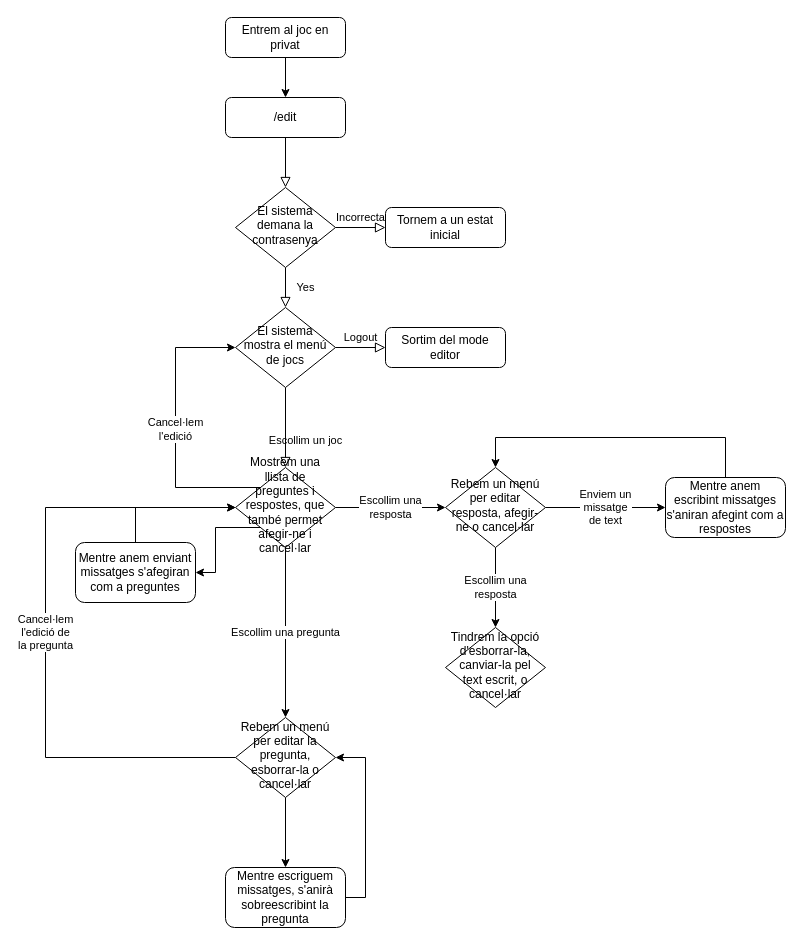
Before: menus.drawio in enboig/jerocatbot, a draw.io diagram. Source tidied: cells renumbered, new cells numbered last; positions are measured from the earlier drawing's top-left corner, leaving out a move shared by most shapes. Both pictures are drawn from the tidied source at 100%, with x=0, y=0 at pixel (45, 17).
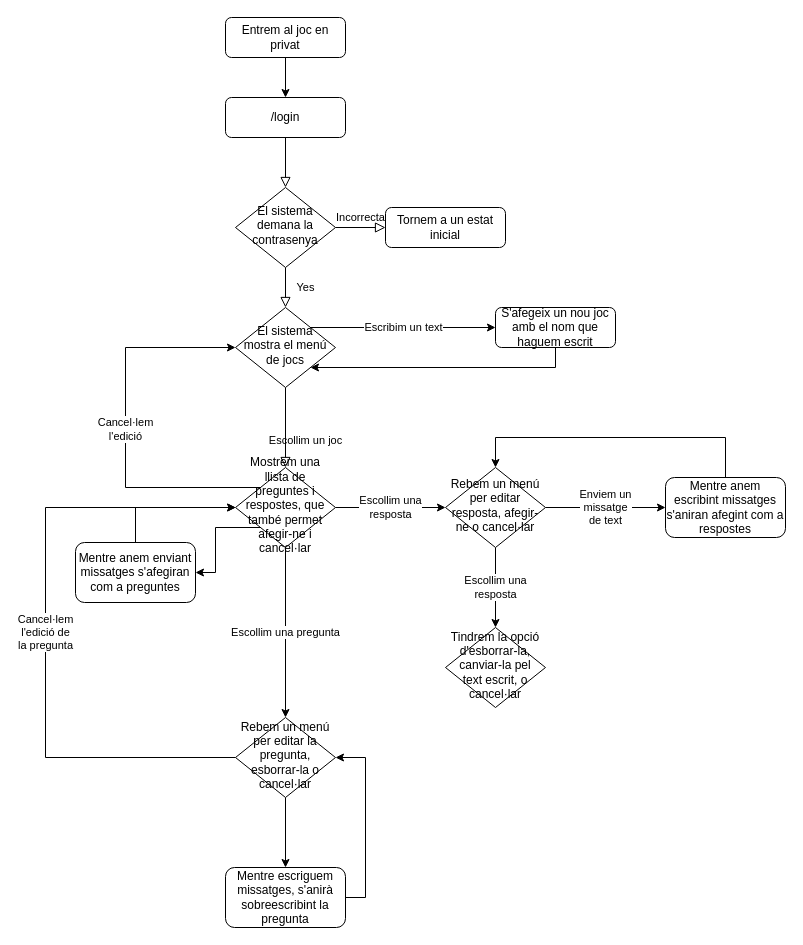
After the change.

Unchanged cells that the change refers to:
```xml
<mxCell id="10" value="El sistema mostra el menú de jocs" style="rhombus;whiteSpace=wrap;html=1;shadow=0;fontFamily=Helvetica;fontSize=12;align=center;strokeWidth=1;spacing=6;spacingTop=-4;" parent="1" vertex="1">
  <mxGeometry x="190" y="290" width="100" height="80" as="geometry" />
</mxCell>
<mxCell id="18" value="Mostrem una llista de preguntes i respostes, que també permet afegir-ne i cancel·lar" style="rhombus;whiteSpace=wrap;html=1;shadow=0;fontFamily=Helvetica;fontSize=12;align=center;strokeWidth=1;spacing=6;spacingTop=-4;" parent="1" vertex="1">
  <mxGeometry x="190" y="450" width="100" height="80" as="geometry" />
</mxCell>
```

What changed in the source:
```diff
@@
-    <mxCell id="3" value="/edit" style="rounded=1;whiteSpace=wrap;html=1;fontSize=12;glass=0;strokeWidth=1;shadow=0;" parent="1" vertex="1">
+    <mxCell id="3" value="/login" style="rounded=1;whiteSpace=wrap;html=1;fontSize=12;glass=0;strokeWidth=1;shadow=0;" parent="1" vertex="1">
       <mxGeometry x="180" y="80" width="120" height="40" as="geometry" />
     </mxCell>
@@
-    <mxCell id="9" value="Logout" style="edgeStyle=orthogonalEdgeStyle;rounded=0;html=1;jettySize=auto;fontSize=11;endArrow=block;endFill=0;endSize=8;strokeWidth=1;shadow=0;labelBackgroundColor=none;" parent="1" edge="1" source="10" target="11">
-      <mxGeometry y="10" relative="1" as="geometry" />
-    </mxCell>
+    <mxCell id="32" value="Escribim un text" style="edgeStyle=orthogonalEdgeStyle;rounded=0;jettySize=auto;html=1;exitX=1;exitY=0;exitDx=0;exitDy=0;entryX=0;entryY=0.5;entryDx=0;entryDy=0;" parent="1" edge="1" source="10" target="34">
+      <mxGeometry relative="1" as="geometry" />
+    </mxCell>
@@
-    <mxCell id="11" value="Sortim del mode editor" style="rounded=1;whiteSpace=wrap;html=1;fontSize=12;glass=0;strokeWidth=1;shadow=0;" parent="1" vertex="1">
-      <mxGeometry x="340" y="310" width="120" height="40" as="geometry" />
-    </mxCell>
@@
     <mxCell id="16" value="Cancel·lem&lt;br&gt;l'edició" style="edgeStyle=orthogonalEdgeStyle;rounded=0;jettySize=auto;html=1;exitX=0;exitY=0;exitDx=0;exitDy=0;entryX=0;entryY=0.5;entryDx=0;entryDy=0;" parent="1" edge="1" source="18" target="10">
       <mxGeometry relative="1" as="geometry">
         <Array as="points">
-          <mxPoint x="130" y="470" />
-          <mxPoint x="130" y="330" />
+          <mxPoint x="80" y="470" />
+          <mxPoint x="80" y="330" />
         </Array>
       </mxGeometry>
     </mxCell>
@@
+    <mxCell id="33" style="edgeStyle=orthogonalEdgeStyle;rounded=0;jettySize=auto;html=1;exitX=0.5;exitY=1;exitDx=0;exitDy=0;entryX=1;entryY=1;entryDx=0;entryDy=0;" parent="1" edge="1" source="34" target="10">
+      <mxGeometry relative="1" as="geometry" />
+    </mxCell>
+    <mxCell id="34" value="S'afegeix un nou joc amb el nom que haguem escrit" style="rounded=1;whiteSpace=wrap;html=1;fontSize=12;glass=0;strokeWidth=1;shadow=0;" parent="1" vertex="1">
+      <mxGeometry x="450" y="290" width="120" height="40" as="geometry" />
+    </mxCell>
```
